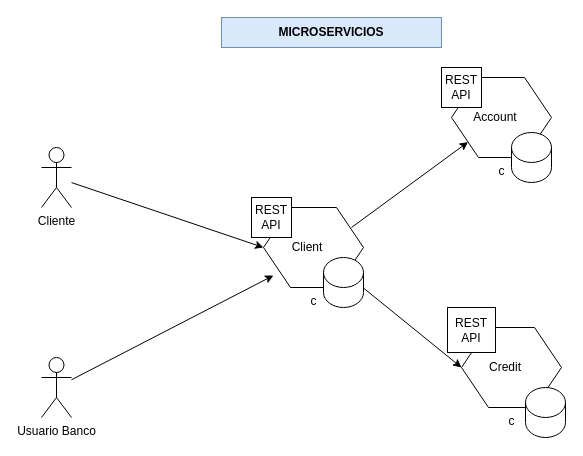
The draw.io diagram Untitled Diagram.drawio in dnnstone/bancaCuenta, before the edit. Source tidied: cells renumbered, new cells numbered last; positions are measured from the earlier drawing's top-left corner, leaving out a move shared by most shapes. Both pictures are drawn from the tidied source at 100%, with x=0, y=0 at pixel (41, 17).
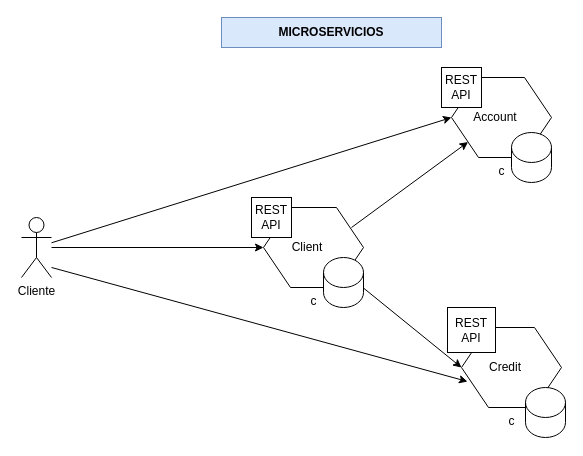
Above is the later version.

Unchanged cells that the change refers to:
```xml
<mxCell id="2" value="c" style="verticalLabelPosition=bottom;verticalAlign=top;html=1;shape=hexagon;perimeter=hexagonPerimeter2;arcSize=6;size=0.27;" parent="1" vertex="1">
  <mxGeometry x="222" y="190" width="100" height="80" as="geometry" />
</mxCell>
<mxCell id="4" value="c" style="verticalLabelPosition=bottom;verticalAlign=top;html=1;shape=hexagon;perimeter=hexagonPerimeter2;arcSize=6;size=0.27;" parent="1" vertex="1">
  <mxGeometry x="410" y="60" width="100" height="80" as="geometry" />
</mxCell>
<mxCell id="7" value="Credit" style="text;html=1;strokeColor=none;fillColor=none;align=center;verticalAlign=middle;whiteSpace=wrap;rounded=0;" parent="1" vertex="1">
  <mxGeometry x="434" y="335" width="60" height="30" as="geometry" />
</mxCell>
```

Change to the diagram source:
```diff
@@
     <mxCell id="8" value="Cliente" style="shape=umlActor;verticalLabelPosition=bottom;verticalAlign=top;html=1;outlineConnect=0;" parent="1" vertex="1">
-      <mxGeometry y="130" width="30" height="60" as="geometry" />
+      <mxGeometry x="-20" y="200" width="30" height="60" as="geometry" />
     </mxCell>
-    <mxCell id="9" value="Usuario Banco" style="shape=umlActor;verticalLabelPosition=bottom;verticalAlign=top;html=1;outlineConnect=0;" parent="1" vertex="1">
-      <mxGeometry y="340" width="30" height="60" as="geometry" />
-    </mxCell>
@@
-    <mxCell id="20" style="endArrow=classic;html=1;rounded=0;entryX=0.1;entryY=0.85;entryDx=0;entryDy=0;entryPerimeter=0;" parent="1" edge="1" source="9" target="2">
-      <mxGeometry relative="1" as="geometry" />
-    </mxCell>
@@
+    <mxCell id="24" style="endArrow=classic;html=1;rounded=0;entryX=0;entryY=0.5;entryDx=0;entryDy=0;" parent="1" edge="1" source="8" target="4">
+      <mxGeometry relative="1" as="geometry" />
+    </mxCell>
+    <mxCell id="25" style="endArrow=classic;html=1;rounded=0;exitX=1;exitY=0.833;exitDx=0;exitDy=0;exitPerimeter=0;entryX=-0.133;entryY=0.967;entryDx=0;entryDy=0;entryPerimeter=0;" parent="1" edge="1" source="8" target="7">
+      <mxGeometry relative="1" as="geometry" />
+    </mxCell>
```
